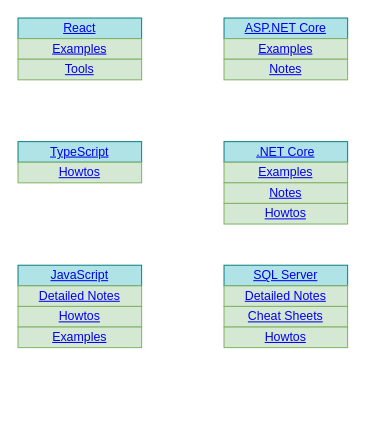
This is Diagram.drawio from kennyrnwilson/kennyrnwilson.github.io, a draw.io file, before an edit. Source tidied: cells renumbered, new cells numbered last; positions are measured from the earlier drawing's top-left corner, leaving out a move shared by most shapes. Both pictures are drawn from the tidied source at 103%, with x=0, y=0 at pixel (18, 18).
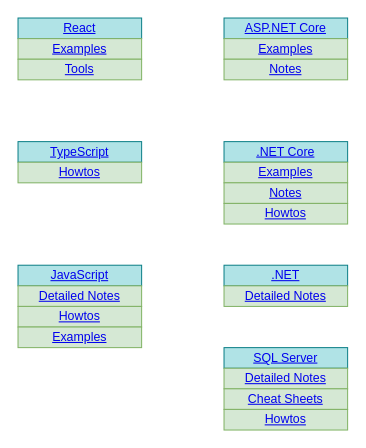
Above is the later version.

Diff of the diagram source:
```diff
@@
     <mxCell id="2" value="&lt;a href=&quot;https://bitbucket.org/kennyrnwilson/sqlserverbasics/src/master/README.md&quot;&gt;SQL Server&lt;/a&gt;" style="rounded=0;whiteSpace=wrap;html=1;fillColor=#b0e3e6;strokeColor=#0e8088;" parent="1" vertex="1">
-      <mxGeometry x="200" y="240" width="120" height="20" as="geometry" />
+      <mxGeometry x="200" y="320" width="120" height="20" as="geometry" />
     </mxCell>
     <mxCell id="3" value="&lt;a href=&quot;https://bitbucket.org/kennyrnwilson/sqlserverbasics/src/master/docs/notes/notes.md&quot;&gt;Detailed Notes&lt;/a&gt;" style="rounded=0;whiteSpace=wrap;html=1;fillColor=#d5e8d4;strokeColor=#82b366;" parent="1" vertex="1">
-      <mxGeometry x="200" y="260" width="120" height="20" as="geometry" />
+      <mxGeometry x="200" y="340" width="120" height="20" as="geometry" />
     </mxCell>
     <mxCell id="4" value="&lt;a href=&quot;https://bitbucket.org/kennyrnwilson/sqlserverbasics/src/docs/cheatsheets/cheatsheets.md&quot;&gt;Cheat Sheets&lt;/a&gt;" style="rounded=0;whiteSpace=wrap;html=1;fillColor=#d5e8d4;strokeColor=#82b366;" parent="1" vertex="1">
-      <mxGeometry x="200" y="280" width="120" height="20" as="geometry" />
+      <mxGeometry x="200" y="360" width="120" height="20" as="geometry" />
     </mxCell>
     <mxCell id="5" value="&lt;a href=&quot;https://bitbucket.org/kennyrnwilson/sqlserverbasics/src/master/howtos/howtos.md&quot;&gt;Howtos&lt;/a&gt;" style="rounded=0;whiteSpace=wrap;html=1;fillColor=#d5e8d4;strokeColor=#82b366;" parent="1" vertex="1">
-      <mxGeometry x="200" y="300" width="120" height="20" as="geometry" />
+      <mxGeometry x="200" y="380" width="120" height="20" as="geometry" />
     </mxCell>
@@
+    <mxCell id="22" value="&lt;a href=&quot;https://github.com/kennyrnwilson/dotnet&quot;&gt;.NET&lt;/a&gt;" style="rounded=0;whiteSpace=wrap;html=1;fillColor=#b0e3e6;strokeColor=#0e8088;" parent="1" vertex="1">
+      <mxGeometry x="200" y="240" width="120" height="20" as="geometry" />
+    </mxCell>
+    <mxCell id="23" value="&lt;a href=&quot;https://github.com/kennyrnwilson/dotnet/blob/main/docs/notes/README.MD&quot;&gt;Detailed Notes&lt;/a&gt;" style="rounded=0;whiteSpace=wrap;html=1;fillColor=#d5e8d4;strokeColor=#82b366;" parent="1" vertex="1">
+      <mxGeometry x="200" y="260" width="120" height="20" as="geometry" />
+    </mxCell>
```
